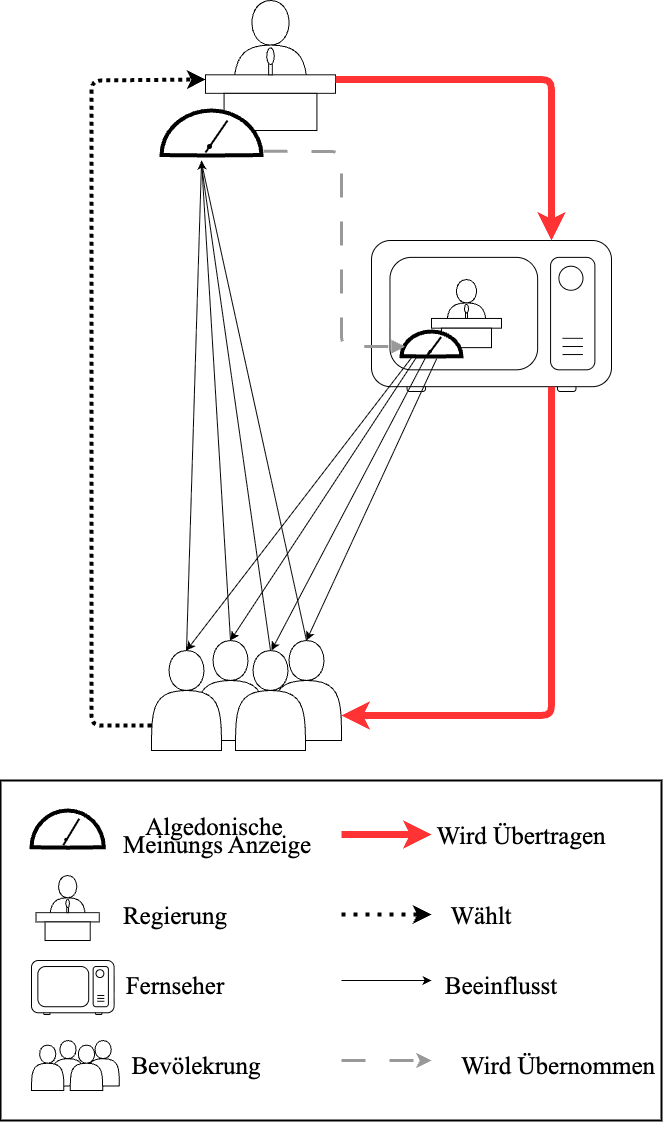
Earlier version of the draw.io export abbildungen/cyberfolk.png (LevinTheDoctor/fom-typst-template). Source tidied: cells renumbered, new cells last; positions are measured from the earlier drawing's top-left corner, leaving out a move shared by most shapes.
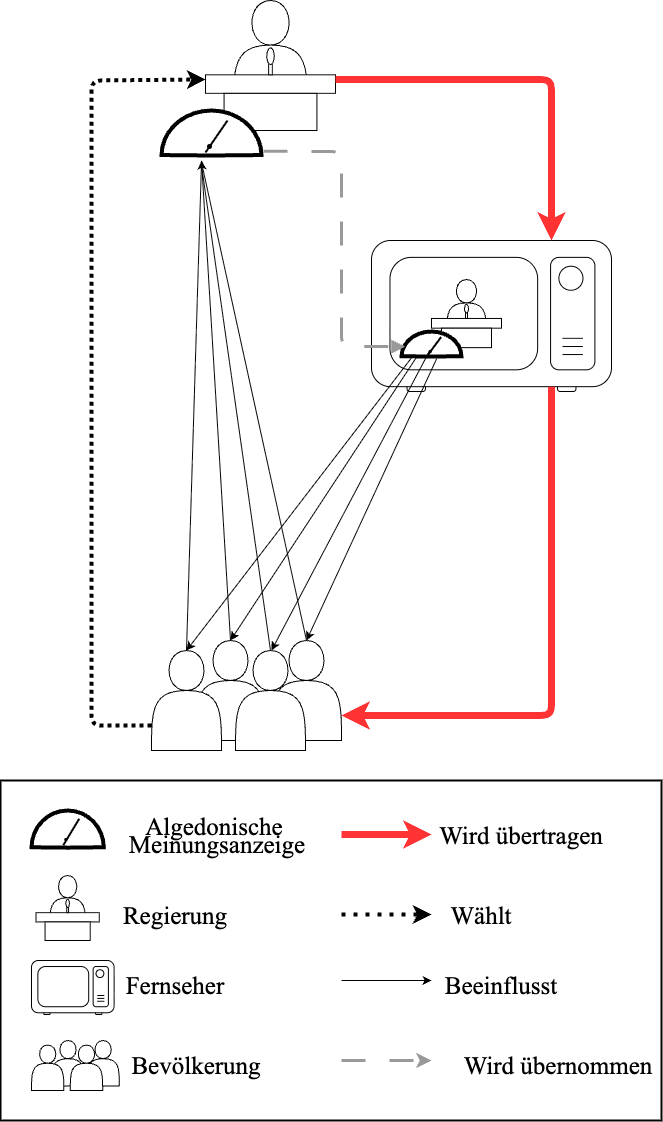
After the commit.

The edit, as a diff of the source:
```diff
@@ -245,13 +245,13 @@
     <mxCell id="66" style="rounded=0;whiteSpace=wrap;html=1;strokeWidth=2;fillColor=none;" parent="55" vertex="1">
       <mxGeometry x="-31" y="-30" width="661" height="340" as="geometry" />
     </mxCell>
-    <mxCell id="67" value="&lt;div style=&quot;line-height: 18px; white-space: pre;&quot;&gt;&lt;span&gt;&lt;font face=&quot;Times New Roman&quot;&gt;Algedonische &lt;br&gt;Meinungs Anzeige&lt;/font&gt;&lt;/span&gt;&lt;/div&gt;" style="text;html=1;align=center;verticalAlign=middle;whiteSpace=wrap;rounded=0;fontColor=default;textShadow=0;labelBackgroundColor=none;fontSize=25;" parent="55" vertex="1">
+    <mxCell id="67" value="&lt;div style=&quot;line-height: 18px; white-space: pre;&quot;&gt;&lt;span&gt;&lt;font face=&quot;Times New Roman&quot;&gt;Algedonische &lt;br&gt;Meinungsanzeige&lt;/font&gt;&lt;/span&gt;&lt;/div&gt;" style="text;html=1;align=center;verticalAlign=middle;whiteSpace=wrap;rounded=0;fontColor=default;textShadow=0;labelBackgroundColor=none;fontSize=25;" parent="55" vertex="1">
       <mxGeometry x="154.9" y="10" width="62" height="30" as="geometry" />
     </mxCell>
-    <mxCell id="68" value="&lt;div style=&quot;line-height: 18px; white-space: pre;&quot;&gt;&lt;font face=&quot;Times New Roman&quot;&gt;&lt;span&gt;Bevölekrung&lt;/span&gt;&lt;/font&gt;&lt;/div&gt;" style="text;html=1;align=center;verticalAlign=middle;whiteSpace=wrap;rounded=0;fontColor=default;textShadow=0;labelBackgroundColor=none;fontSize=25;" parent="55" vertex="1">
+    <mxCell id="68" value="&lt;div style=&quot;line-height: 18px; white-space: pre;&quot;&gt;&lt;font face=&quot;Times New Roman&quot;&gt;&lt;span&gt;Bevölkerung&lt;/span&gt;&lt;/font&gt;&lt;/div&gt;" style="text;html=1;align=center;verticalAlign=middle;whiteSpace=wrap;rounded=0;fontColor=default;textShadow=0;labelBackgroundColor=none;fontSize=25;" parent="55" vertex="1">
       <mxGeometry x="134.3" y="240" width="62" height="30" as="geometry" />
     </mxCell>
-    <mxCell id="69" value="&lt;div style=&quot;line-height: 18px; white-space: pre;&quot;&gt;&lt;font face=&quot;Times New Roman&quot;&gt;&lt;span&gt;Wird Übernommen&lt;/span&gt;&lt;/font&gt;&lt;/div&gt;" style="text;html=1;align=center;verticalAlign=middle;whiteSpace=wrap;rounded=0;fontColor=default;textShadow=0;labelBackgroundColor=none;fontSize=25;" parent="55" vertex="1">
+    <mxCell id="69" value="&lt;div style=&quot;line-height: 18px; white-space: pre;&quot;&gt;&lt;font face=&quot;Times New Roman&quot;&gt;&lt;span&gt;Wird übernommen&lt;/span&gt;&lt;/font&gt;&lt;/div&gt;" style="text;html=1;align=center;verticalAlign=middle;whiteSpace=wrap;rounded=0;fontColor=default;textShadow=0;labelBackgroundColor=none;fontSize=25;" parent="55" vertex="1">
       <mxGeometry x="495.7" y="240" width="62" height="30" as="geometry" />
     </mxCell>
     <mxCell id="70" style="group;" parent="54" vertex="1">
@@ -349,7 +349,7 @@
     <mxCell id="93" value="&lt;div style=&quot;line-height: 18px; white-space: pre;&quot;&gt;&lt;font face=&quot;Times New Roman&quot;&gt;&lt;span&gt;Beeinflusst&lt;/span&gt;&lt;/font&gt;&lt;/div&gt;" style="text;html=1;align=center;verticalAlign=middle;whiteSpace=wrap;rounded=0;fontColor=default;textShadow=0;labelBackgroundColor=none;fontSize=25;" parent="1" vertex="1">
       <mxGeometry x="471" y="970" width="60" height="30" as="geometry" />
     </mxCell>
-    <mxCell id="94" value="&lt;div style=&quot;line-height: 18px; white-space: pre;&quot;&gt;&lt;font face=&quot;Times New Roman&quot;&gt;&lt;span&gt;Wird Übertragen&lt;/span&gt;&lt;/font&gt;&lt;/div&gt;" style="text;html=1;align=center;verticalAlign=middle;whiteSpace=wrap;rounded=0;fontColor=default;textShadow=0;labelBackgroundColor=none;fontSize=25;" parent="1" vertex="1">
+    <mxCell id="94" value="&lt;div style=&quot;line-height: 18px; white-space: pre;&quot;&gt;&lt;font face=&quot;Times New Roman&quot;&gt;&lt;span&gt;Wird übertragen&lt;/span&gt;&lt;/font&gt;&lt;/div&gt;" style="text;html=1;align=center;verticalAlign=middle;whiteSpace=wrap;rounded=0;fontColor=default;textShadow=0;labelBackgroundColor=none;fontSize=25;" parent="1" vertex="1">
       <mxGeometry x="491" y="820" width="60" height="30" as="geometry" />
     </mxCell>
     <mxCell id="95" value="&lt;div style=&quot;line-height: 18px; white-space: pre;&quot;&gt;&lt;font face=&quot;Times New Roman&quot;&gt;&lt;span&gt;Wählt&lt;/span&gt;&lt;/font&gt;&lt;/div&gt;" style="text;html=1;align=center;verticalAlign=middle;whiteSpace=wrap;rounded=0;fontColor=default;textShadow=0;labelBackgroundColor=none;fontSize=25;" parent="1" vertex="1">
```
